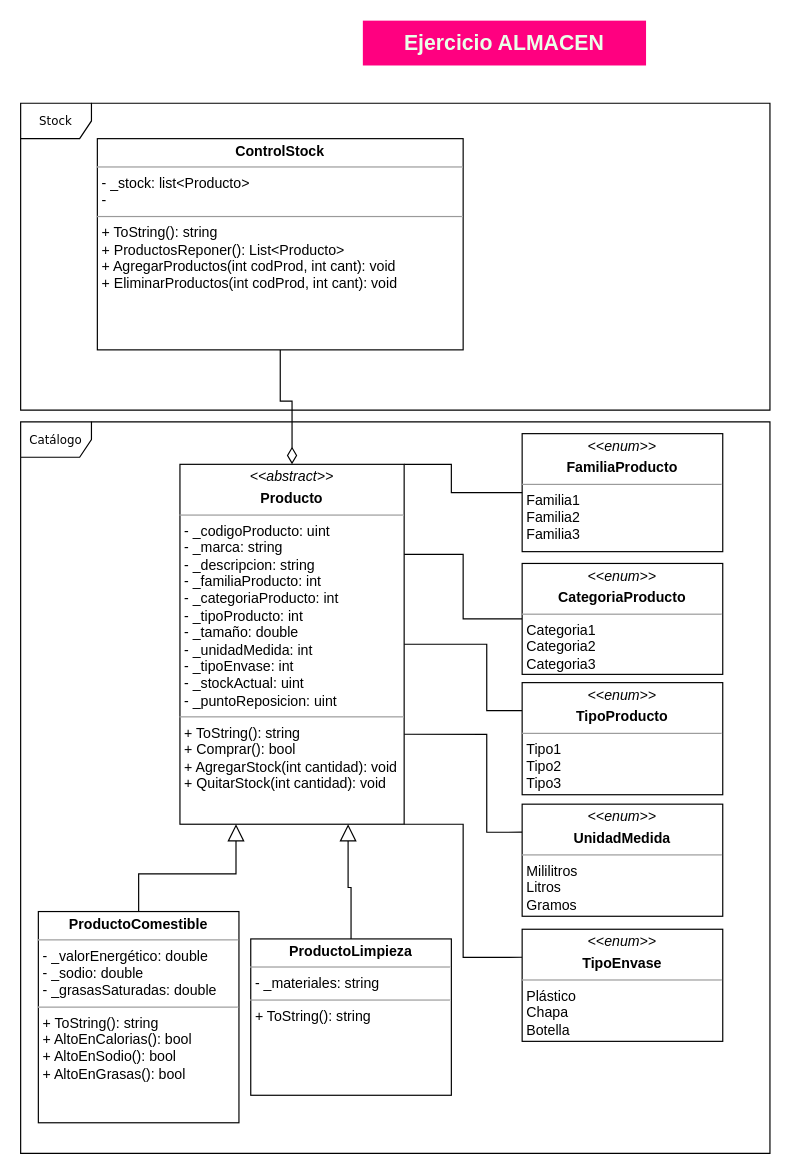
cheloscar/CAI_05-EjercicioAlmacen keeps this draw.io diagram as Almacen-UML.drawio. Above is the earlier version. Source tidied: cells renumbered, new cells numbered last; positions are measured from the earlier drawing's top-left corner, leaving out a move shared by most shapes. Both pictures are drawn from the tidied source at 118%, with x=0, y=0 at pixel (20, 20).
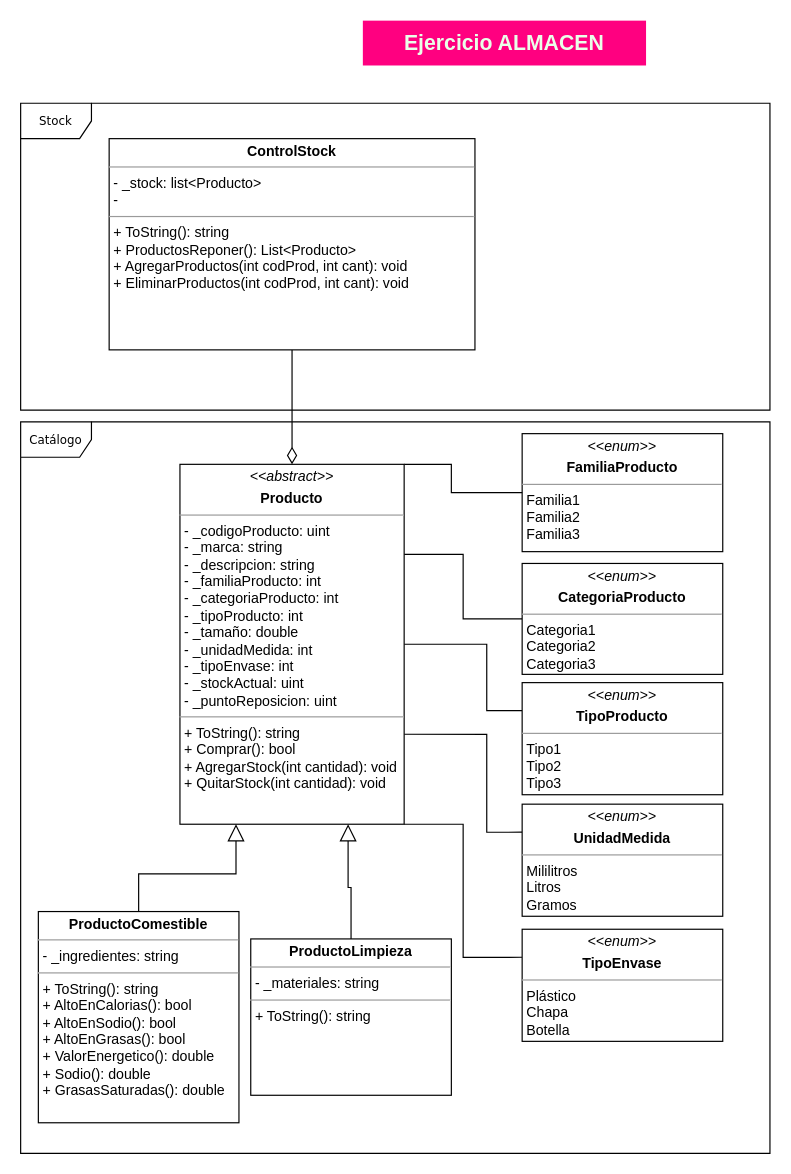
The same page after the edit.

What changed in the source:
```diff
@@
-    <mxCell id="14" value="&lt;p style=&quot;margin: 0px ; margin-top: 4px ; text-align: center&quot;&gt;&lt;b&gt;ProductoComestible&lt;/b&gt;&lt;/p&gt;&lt;hr size=&quot;1&quot;&gt;&lt;p style=&quot;margin: 0px ; margin-left: 4px&quot;&gt;&lt;span&gt;- _valorEnergético: double&lt;/span&gt;&lt;br&gt;&lt;/p&gt;&lt;p style=&quot;margin: 0px ; margin-left: 4px&quot;&gt;- _sodio: double&lt;/p&gt;&lt;p style=&quot;margin: 0px ; margin-left: 4px&quot;&gt;- _grasasSaturadas: double&lt;/p&gt;&lt;hr size=&quot;1&quot;&gt;&lt;p style=&quot;margin: 0px ; margin-left: 4px&quot;&gt;+ ToString(): string&lt;/p&gt;&lt;p style=&quot;margin: 0px ; margin-left: 4px&quot;&gt;+ AltoEnCalorias(): bool&lt;/p&gt;&lt;p style=&quot;margin: 0px ; margin-left: 4px&quot;&gt;+ AltoEnSodio(): bool&lt;/p&gt;&lt;p style=&quot;margin: 0px ; margin-left: 4px&quot;&gt;+ AltoEnGrasas(): bool&lt;/p&gt;" style="verticalAlign=top;align=left;overflow=fill;fontSize=12;fontFamily=Helvetica;html=1;rounded=0;shadow=0;comic=0;labelBackgroundColor=none;strokeWidth=1;" parent="1" vertex="1">
+    <mxCell id="14" value="&lt;p style=&quot;margin: 0px ; margin-top: 4px ; text-align: center&quot;&gt;&lt;b&gt;ProductoComestible&lt;/b&gt;&lt;/p&gt;&lt;hr size=&quot;1&quot;&gt;&lt;p style=&quot;margin: 0px ; margin-left: 4px&quot;&gt;&lt;span&gt;- _ingredientes: string&lt;/span&gt;&lt;/p&gt;&lt;hr size=&quot;1&quot;&gt;&lt;p style=&quot;margin: 0px ; margin-left: 4px&quot;&gt;+ ToString(): string&lt;/p&gt;&lt;p style=&quot;margin: 0px ; margin-left: 4px&quot;&gt;+ AltoEnCalorias(): bool&lt;/p&gt;&lt;p style=&quot;margin: 0px ; margin-left: 4px&quot;&gt;+ AltoEnSodio(): bool&lt;/p&gt;&lt;p style=&quot;margin: 0px ; margin-left: 4px&quot;&gt;+ AltoEnGrasas(): bool&lt;/p&gt;&lt;p style=&quot;margin: 0px 0px 0px 4px&quot;&gt;+ ValorEnergetico(): double&lt;br&gt;&lt;/p&gt;&lt;p style=&quot;margin: 0px 0px 0px 4px&quot;&gt;+ Sodio(): double&lt;/p&gt;&lt;p style=&quot;margin: 0px 0px 0px 4px&quot;&gt;+ GrasasSaturadas(): double&lt;/p&gt;" style="verticalAlign=top;align=left;overflow=fill;fontSize=12;fontFamily=Helvetica;html=1;rounded=0;shadow=0;comic=0;labelBackgroundColor=none;strokeWidth=1;" parent="1" vertex="1">
       <mxGeometry x="15" y="755" width="170" height="179" as="geometry" />
     </mxCell>
@@
     <mxCell id="19" value="&lt;p style=&quot;margin: 0px ; margin-top: 4px ; text-align: center&quot;&gt;&lt;b&gt;ControlStock&lt;/b&gt;&lt;/p&gt;&lt;hr size=&quot;1&quot;&gt;&lt;p style=&quot;margin: 0px ; margin-left: 4px&quot;&gt;&lt;span&gt;- _stock: list&amp;lt;Producto&amp;gt;&lt;/span&gt;&lt;br&gt;&lt;/p&gt;&lt;p style=&quot;margin: 0px ; margin-left: 4px&quot;&gt;-&amp;nbsp;&lt;br&gt;&lt;/p&gt;&lt;hr size=&quot;1&quot;&gt;&lt;p style=&quot;margin: 0px ; margin-left: 4px&quot;&gt;+ ToString(): string&lt;/p&gt;&lt;p style=&quot;margin: 0px ; margin-left: 4px&quot;&gt;+ ProductosReponer(): List&amp;lt;Producto&amp;gt;&lt;/p&gt;&lt;p style=&quot;margin: 0px ; margin-left: 4px&quot;&gt;+ AgregarProductos(int codProd, int cant): void&lt;/p&gt;&lt;p style=&quot;margin: 0px ; margin-left: 4px&quot;&gt;+ EliminarProductos(int codProd, int cant): void&lt;/p&gt;" style="verticalAlign=top;align=left;overflow=fill;fontSize=12;fontFamily=Helvetica;html=1;rounded=0;shadow=0;comic=0;labelBackgroundColor=none;strokeWidth=1;" parent="1" vertex="1">
-      <mxGeometry x="65" y="100" width="310" height="179" as="geometry" />
+      <mxGeometry x="75" y="100" width="310" height="179" as="geometry" />
     </mxCell>
```
